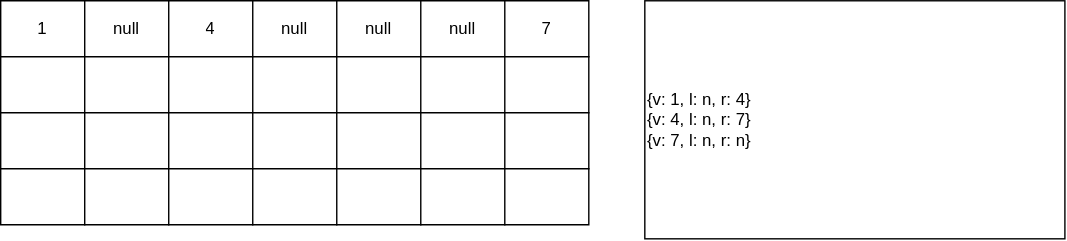
kosukhin/catalog keeps this draw.io diagram as База/Структуры данных/1. Хранить и организовывать наборы данных/1.3. Хранить данные в виде иерархии/Дерево (Tree)/show-tree.drawio.svg. Above is the earlier version. Source tidied: cells renumbered, new cells last; positions are measured from the earlier drawing's top-left corner, leaving out a move shared by most shapes.
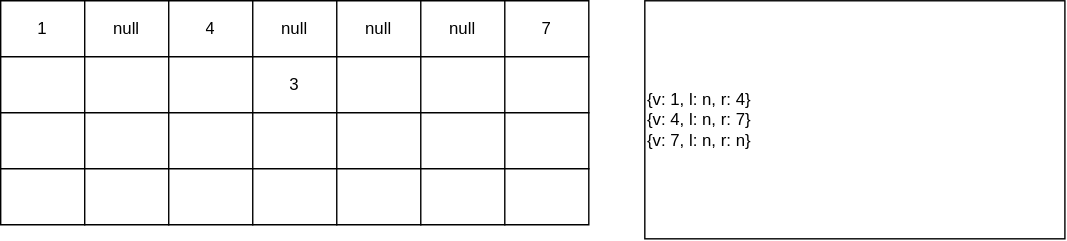
Above is the later version.

Change to the diagram source:
```diff
@@ -41,7 +41,7 @@
     <mxCell id="14" style="shape=partialRectangle;html=1;whiteSpace=wrap;strokeColor=inherit;overflow=hidden;fillColor=none;" parent="11" vertex="1">
       <mxGeometry x="120" width="60" height="40" as="geometry" />
     </mxCell>
-    <mxCell id="15" style="shape=partialRectangle;html=1;whiteSpace=wrap;strokeColor=inherit;overflow=hidden;fillColor=none;" parent="11" vertex="1">
+    <mxCell id="15" value="3" style="shape=partialRectangle;html=1;whiteSpace=wrap;strokeColor=inherit;overflow=hidden;fillColor=none;" parent="11" vertex="1">
       <mxGeometry x="180" width="60" height="40" as="geometry" />
     </mxCell>
     <mxCell id="16" style="shape=partialRectangle;html=1;whiteSpace=wrap;strokeColor=inherit;overflow=hidden;fillColor=none;" parent="11" vertex="1">
```
